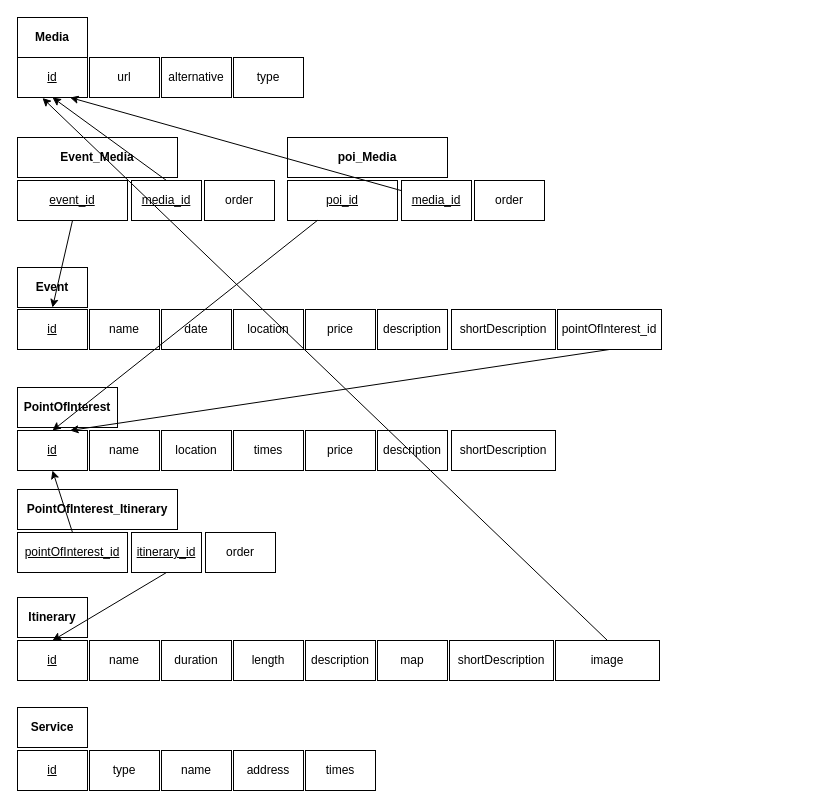
Above: Design-part/drawio/RelationalSchemaHYPDesign.drawio in SebastianCastellano/Hypermedia-Project (draw.io), before the change. Source tidied: cells renumbered, new cells numbered last; positions are measured from the earlier drawing's top-left corner, leaving out a move shared by most shapes. Both pictures are drawn from the tidied source at 100%, with x=0, y=0 at pixel (17, 17).
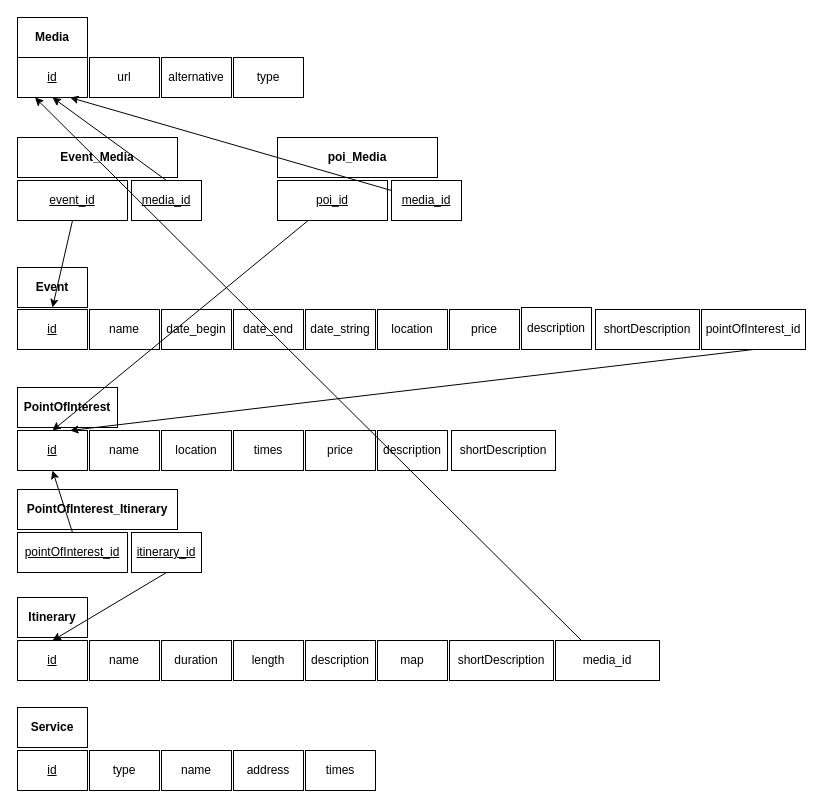
The same diagram, later.

Commit message (it also covers changes not shown here):
Updated database schemas

Unchanged cells that the change refers to:
```xml
<mxCell id="40" value="id" style="rounded=0;whiteSpace=wrap;html=1;fontStyle=4;" parent="1" vertex="1">
  <mxGeometry y="40" width="70" height="40" as="geometry" />
</mxCell>
```

Change to the diagram source:
```diff
@@
-    <mxCell id="5" value="date" style="rounded=0;whiteSpace=wrap;html=1;" parent="1" vertex="1">
+    <mxCell id="5" value="date_begin" style="rounded=0;whiteSpace=wrap;html=1;" parent="1" vertex="1">
       <mxGeometry x="144" y="292" width="70" height="40" as="geometry" />
     </mxCell>
     <mxCell id="6" value="location" style="rounded=0;whiteSpace=wrap;html=1;" parent="1" vertex="1">
-      <mxGeometry x="216" y="292" width="70" height="40" as="geometry" />
+      <mxGeometry x="360" y="292" width="70" height="40" as="geometry" />
     </mxCell>
     <mxCell id="7" value="price" style="rounded=0;whiteSpace=wrap;html=1;" parent="1" vertex="1">
-      <mxGeometry x="288" y="292" width="70" height="40" as="geometry" />
+      <mxGeometry x="432" y="292" width="70" height="40" as="geometry" />
     </mxCell>
     <mxCell id="8" value="description" style="rounded=0;whiteSpace=wrap;html=1;" parent="1" vertex="1">
-      <mxGeometry x="360" y="292" width="70" height="40" as="geometry" />
+      <mxGeometry x="504" y="290" width="70" height="42" as="geometry" />
     </mxCell>
     <mxCell id="9" value="shortDescription" style="rounded=0;whiteSpace=wrap;html=1;" parent="1" vertex="1">
-      <mxGeometry x="434" y="292" width="104" height="40" as="geometry" />
+      <mxGeometry x="578" y="292" width="104" height="40" as="geometry" />
     </mxCell>
     <mxCell id="10" value="pointOfInterest_id" style="rounded=0;whiteSpace=wrap;html=1;" parent="1" vertex="1">
-      <mxGeometry x="540" y="292" width="104" height="40" as="geometry" />
+      <mxGeometry x="684" y="292" width="104" height="40" as="geometry" />
     </mxCell>
@@
     <mxCell id="47" value="poi_Media" style="rounded=0;whiteSpace=wrap;html=1;fontStyle=1;" parent="1" vertex="1">
-      <mxGeometry x="270" y="120" width="160" height="40" as="geometry" />
+      <mxGeometry x="260" y="120" width="160" height="40" as="geometry" />
     </mxCell>
     <mxCell id="48" value="poi_id" style="rounded=0;whiteSpace=wrap;html=1;fontStyle=4;" parent="1" vertex="1">
-      <mxGeometry x="270" y="163" width="110" height="40" as="geometry" />
+      <mxGeometry x="260" y="163" width="110" height="40" as="geometry" />
     </mxCell>
     <mxCell id="49" value="media_id" style="rounded=0;whiteSpace=wrap;html=1;fontStyle=4;" parent="1" vertex="1">
-      <mxGeometry x="384" y="163" width="70" height="40" as="geometry" />
+      <mxGeometry x="374" y="163" width="70" height="40" as="geometry" />
     </mxCell>
@@
-    <mxCell id="52" style="endArrow=classic;html=1;rounded=0;entryX=0.75;entryY=1;entryDx=0;entryDy=0;" parent="1" edge="1" source="49" target="40">
+    <mxCell id="52" style="endArrow=classic;html=1;rounded=0;exitX=0;exitY=0.25;exitDx=0;exitDy=0;entryX=0.75;entryY=1;entryDx=0;entryDy=0;" parent="1" edge="1" source="49" target="40">
       <mxGeometry relative="1" as="geometry" />
     </mxCell>
@@
-    <mxCell id="54" value="image" style="rounded=0;whiteSpace=wrap;html=1;" parent="1" vertex="1">
-      <mxGeometry x="538" y="623" width="104" height="40" as="geometry" />
-    </mxCell>
-    <mxCell id="55" style="endArrow=classic;html=1;rounded=0;exitX=0.5;exitY=0;exitDx=0;exitDy=0;entryX=0.357;entryY=1.013;entryDx=0;entryDy=0;entryPerimeter=0;" parent="1" edge="1" source="54" target="40">
-      <mxGeometry relative="1" as="geometry" />
-    </mxCell>
-    <mxCell id="56" value="order" style="rounded=0;whiteSpace=wrap;html=1;" parent="1" vertex="1">
-      <mxGeometry x="188" y="515" width="70" height="40" as="geometry" />
-    </mxCell>
-    <mxCell id="57" value="order" style="rounded=0;whiteSpace=wrap;html=1;" parent="1" vertex="1">
-      <mxGeometry x="187" y="163" width="70" height="40" as="geometry" />
-    </mxCell>
-    <mxCell id="58" value="order" style="rounded=0;whiteSpace=wrap;html=1;" parent="1" vertex="1">
-      <mxGeometry x="457" y="163" width="70" height="40" as="geometry" />
-    </mxCell>
+    <mxCell id="59" value="&lt;div&gt;media_id&lt;/div&gt;" style="rounded=0;whiteSpace=wrap;html=1;" parent="1" vertex="1">
+      <mxGeometry x="538" y="623" width="104" height="40" as="geometry" />
+    </mxCell>
+    <mxCell id="60" value="date_end" style="rounded=0;whiteSpace=wrap;html=1;" parent="1" vertex="1">
+      <mxGeometry x="216" y="292" width="70" height="40" as="geometry" />
+    </mxCell>
+    <mxCell id="61" value="date_string" style="rounded=0;whiteSpace=wrap;html=1;" parent="1" vertex="1">
+      <mxGeometry x="288" y="292" width="70" height="40" as="geometry" />
+    </mxCell>
+    <mxCell id="62" style="endArrow=classic;html=1;rounded=0;entryX=0.25;entryY=1;entryDx=0;entryDy=0;exitX=0.25;exitY=0;exitDx=0;exitDy=0;" parent="1" edge="1" source="59" target="40">
+      <mxGeometry relative="1" as="geometry" />
+    </mxCell>
```
